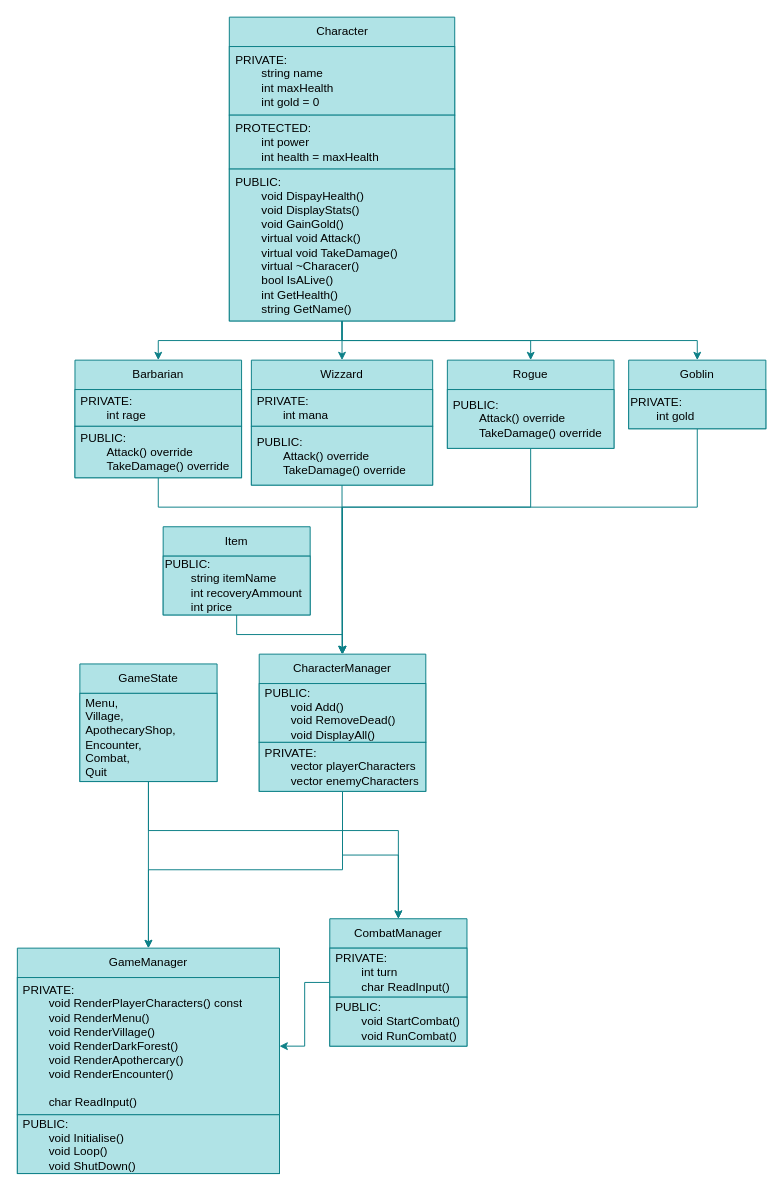
Edouard-Laffont/RPG-Console keeps this draw.io diagram as RPG Console.drawio. Above is the earlier version. Source tidied: cells renumbered, new cells numbered last; positions are measured from the earlier drawing's top-left corner, leaving out a move shared by most shapes. Both pictures are drawn from the tidied source at 98%, with x=0, y=0 at pixel (17, 17).
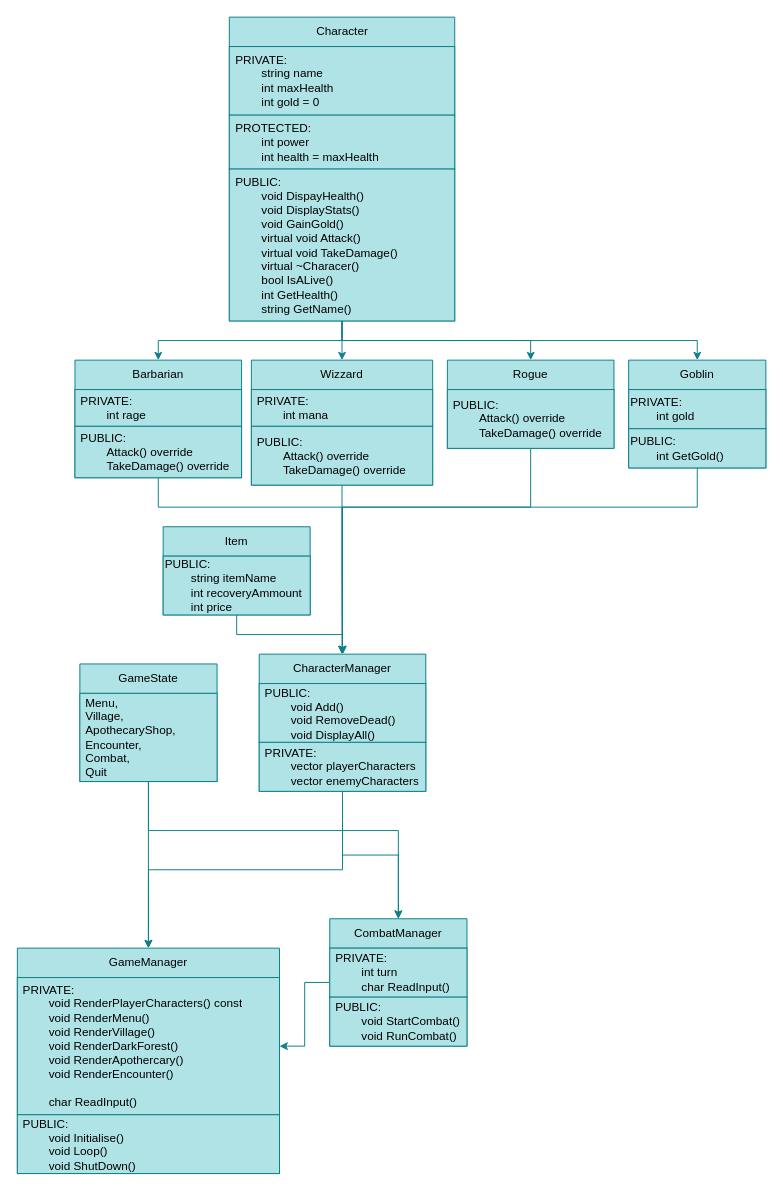
The same page after the edit.

Commit message (it also covers changes not shown here):
Mettre à jour RPG Console.drawio

Change to the diagram source:
```diff
@@
     <mxCell id="34" value="Goblin" style="swimlane;fontStyle=0;horizontal=1;startSize=30;whiteSpace=wrap;html=1;fillColor=#b0e3e6;strokeColor=#0e8088;" parent="1" vertex="1">
-      <mxGeometry x="624" y="350" width="140" height="70" as="geometry" />
+      <mxGeometry x="624" y="350" width="140" height="110" as="geometry" />
     </mxCell>
@@
+    <mxCell id="43" value="PUBLIC:&lt;div&gt;&lt;span style=&quot;white-space: pre;&quot;&gt;&#9;&lt;/span&gt;int GetGold()&lt;br&gt;&lt;/div&gt;" style="text;html=1;whiteSpace=wrap;align=left;verticalAlign=middle;rounded=0;fillColor=#b0e3e6;strokeColor=#0e8088;" parent="34" vertex="1">
+      <mxGeometry y="70" width="140" height="40" as="geometry" />
+    </mxCell>
```
